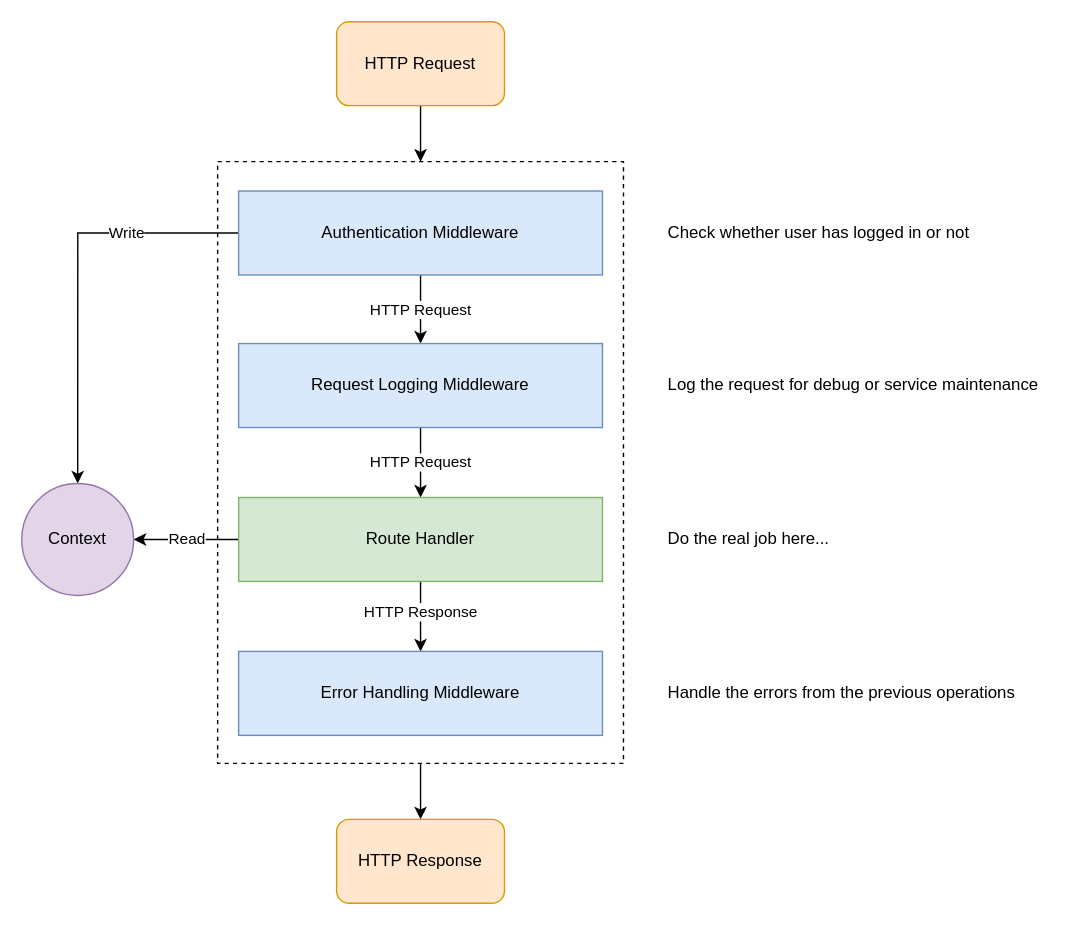
This is docs/develop/core-concepts/aspect/middleware.svg from artela-network/artela-docs, a draw.io export, as it was before one commit. Source tidied: cells renumbered, new cells last; positions are measured from the earlier drawing's top-left corner, leaving out a move shared by most shapes.
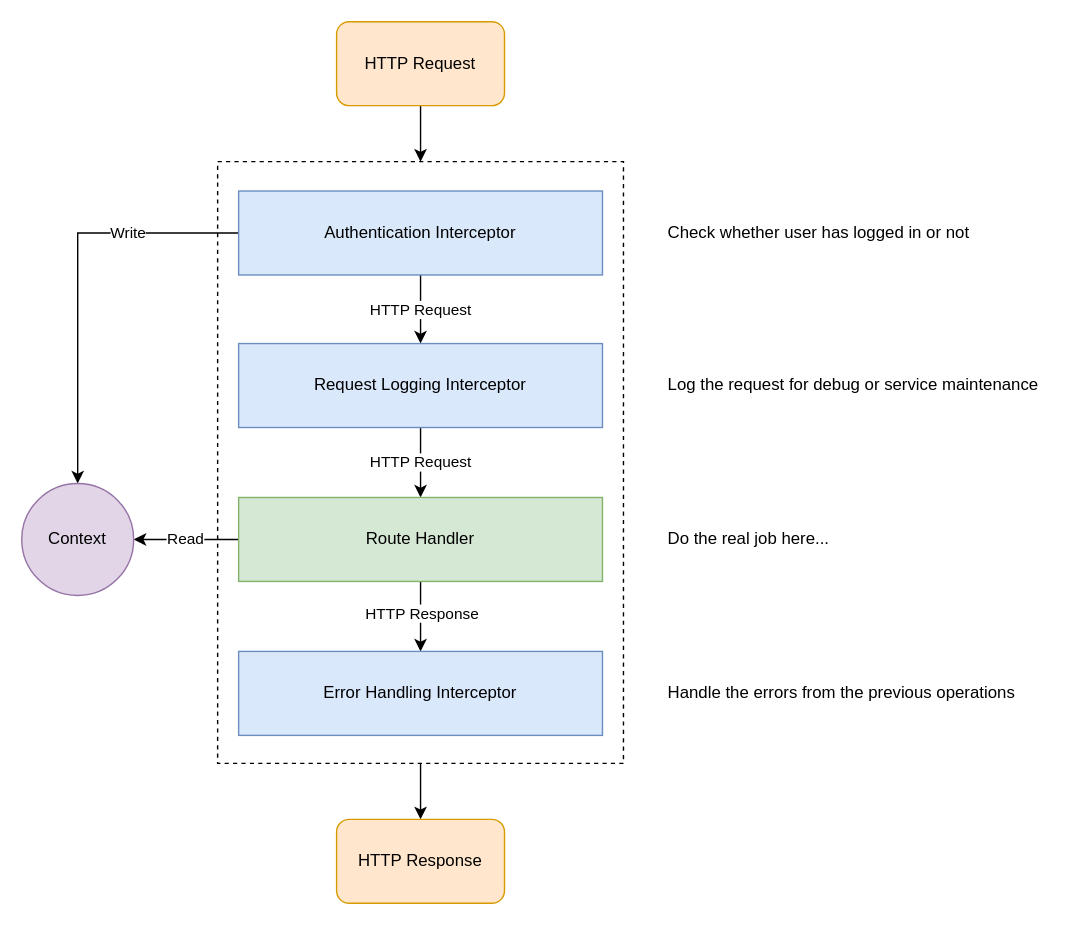
Above is the later version.

What changed in the source:
```diff
@@ -2,40 +2,40 @@
   <root>
     <mxCell id="0" />
     <mxCell id="1" parent="0" />
-    <mxCell id="2" style="edgeStyle=orthogonalEdgeStyle;rounded=0;jettySize=auto;html=1;" parent="1" edge="1" source="3" target="17">
-      <mxGeometry relative="1" as="geometry" />
-    </mxCell>
-    <mxCell id="3" style="rounded=0;whiteSpace=wrap;html=1;dashed=1;" parent="1" vertex="1">
-      <mxGeometry x="140" y="100" width="290" height="430" as="geometry" />
-    </mxCell>
-    <mxCell id="4" style="edgeStyle=orthogonalEdgeStyle;rounded=0;jettySize=auto;html=1;" parent="1" edge="1" source="5" target="3">
-      <mxGeometry relative="1" as="geometry" />
-    </mxCell>
+    <mxCell id="23" style="edgeStyle=orthogonalEdgeStyle;rounded=0;jettySize=auto;html=1;" parent="1" edge="1" source="24" target="17">
+      <mxGeometry relative="1" as="geometry" />
+    </mxCell>
+    <mxCell id="24" style="rounded=0;whiteSpace=wrap;html=1;dashed=1;" parent="1" vertex="1">
+      <mxGeometry x="140" y="100" width="290" height="430" as="geometry" />
+    </mxCell>
+    <mxCell id="25" style="edgeStyle=orthogonalEdgeStyle;rounded=0;jettySize=auto;html=1;" parent="1" edge="1" source="5" target="24">
+      <mxGeometry relative="1" as="geometry" />
+    </mxCell>
     <mxCell id="5" value="HTTP Request" style="rounded=1;whiteSpace=wrap;html=1;fillColor=#ffe6cc;strokeColor=#d79b00;" parent="1" vertex="1">
       <mxGeometry x="225" width="120" height="60" as="geometry" />
     </mxCell>
-    <mxCell id="6" value="HTTP Request" style="edgeStyle=orthogonalEdgeStyle;rounded=0;jettySize=auto;html=1;" parent="1" edge="1" source="9" target="11">
+    <mxCell id="6" value="HTTP Request" style="edgeStyle=orthogonalEdgeStyle;rounded=0;jettySize=auto;html=1;" parent="1" edge="1" source="27" target="28">
       <mxGeometry relative="1" as="geometry" />
     </mxCell>
-    <mxCell id="7" style="edgeStyle=orthogonalEdgeStyle;rounded=0;jettySize=auto;html=1;exitX=0;exitY=0.5;exitDx=0;exitDy=0;" parent="1" edge="1" source="9" target="22">
-      <mxGeometry relative="1" as="geometry" />
-    </mxCell>
+    <mxCell id="26" style="edgeStyle=orthogonalEdgeStyle;rounded=0;jettySize=auto;html=1;exitX=0;exitY=0.5;exitDx=0;exitDy=0;" parent="1" edge="1" source="27" target="22">
+      <mxGeometry relative="1" as="geometry" />
+    </mxCell>
-    <mxCell id="8" value="Write" style="edgeLabel;html=1;align=center;verticalAlign=middle;" parent="7" vertex="1">
+    <mxCell id="8" value="Write" style="edgeLabel;html=1;align=center;verticalAlign=middle;" parent="26" vertex="1">
       <mxGeometry x="-0.45" y="-1" relative="1" as="geometry" />
     </mxCell>
-    <mxCell id="9" value="Authentication Middleware" style="rounded=0;whiteSpace=wrap;html=1;fillColor=#dae8fc;strokeColor=#6c8ebf;" parent="1" vertex="1">
-      <mxGeometry x="155" y="121" width="260" height="60" as="geometry" />
-    </mxCell>
+    <mxCell id="27" value="Authentication Interceptor" style="rounded=0;whiteSpace=wrap;html=1;fillColor=#dae8fc;strokeColor=#6c8ebf;" parent="1" vertex="1">
+      <mxGeometry x="155" y="121" width="260" height="60" as="geometry" />
+    </mxCell>
-    <mxCell id="10" value="HTTP Request" style="edgeStyle=orthogonalEdgeStyle;rounded=0;jettySize=auto;html=1;exitX=0.5;exitY=1;exitDx=0;exitDy=0;" parent="1" edge="1" source="11" target="15">
+    <mxCell id="10" value="HTTP Request" style="edgeStyle=orthogonalEdgeStyle;rounded=0;jettySize=auto;html=1;exitX=0.5;exitY=1;exitDx=0;exitDy=0;" parent="1" edge="1" source="28" target="15">
       <mxGeometry relative="1" as="geometry" />
     </mxCell>
-    <mxCell id="11" value="Request Logging Middleware" style="rounded=0;whiteSpace=wrap;html=1;fillColor=#dae8fc;strokeColor=#6c8ebf;" parent="1" vertex="1">
-      <mxGeometry x="155" y="230" width="260" height="60" as="geometry" />
-    </mxCell>
-    <mxCell id="12" style="edgeStyle=orthogonalEdgeStyle;rounded=0;jettySize=auto;html=1;exitX=0.5;exitY=1;exitDx=0;exitDy=0;" parent="1" edge="1" source="15" target="16">
-      <mxGeometry relative="1" as="geometry" />
-    </mxCell>
+    <mxCell id="28" value="Request Logging Interceptor" style="rounded=0;whiteSpace=wrap;html=1;fillColor=#dae8fc;strokeColor=#6c8ebf;" parent="1" vertex="1">
+      <mxGeometry x="155" y="230" width="260" height="60" as="geometry" />
+    </mxCell>
+    <mxCell id="29" style="edgeStyle=orthogonalEdgeStyle;rounded=0;jettySize=auto;html=1;exitX=0.5;exitY=1;exitDx=0;exitDy=0;" parent="1" edge="1" source="15" target="30">
+      <mxGeometry relative="1" as="geometry" />
+    </mxCell>
-    <mxCell id="13" value="HTTP Response" style="edgeLabel;html=1;align=center;verticalAlign=middle;" parent="12" vertex="1">
+    <mxCell id="13" value="HTTP Response" style="edgeLabel;html=1;align=center;verticalAlign=middle;" parent="29" vertex="1">
       <mxGeometry x="-0.12" relative="1" as="geometry" />
     </mxCell>
     <mxCell id="14" value="Read" style="edgeStyle=orthogonalEdgeStyle;rounded=0;jettySize=auto;html=1;exitX=0;exitY=0.5;exitDx=0;exitDy=0;entryX=1;entryY=0.5;entryDx=0;entryDy=0;" parent="1" edge="1" source="15" target="22">
@@ -44,9 +44,9 @@
     <mxCell id="15" value="Route Handler" style="rounded=0;whiteSpace=wrap;html=1;fillColor=#d5e8d4;strokeColor=#82b366;" parent="1" vertex="1">
       <mxGeometry x="155" y="340" width="260" height="60" as="geometry" />
     </mxCell>
-    <mxCell id="16" value="Error Handling Middleware" style="rounded=0;whiteSpace=wrap;html=1;fillColor=#dae8fc;strokeColor=#6c8ebf;" parent="1" vertex="1">
-      <mxGeometry x="155" y="450" width="260" height="60" as="geometry" />
-    </mxCell>
+    <mxCell id="30" value="Error Handling Interceptor" style="rounded=0;whiteSpace=wrap;html=1;fillColor=#dae8fc;strokeColor=#6c8ebf;" parent="1" vertex="1">
+      <mxGeometry x="155" y="450" width="260" height="60" as="geometry" />
+    </mxCell>
     <mxCell id="17" value="HTTP Response" style="rounded=1;whiteSpace=wrap;html=1;fillColor=#ffe6cc;strokeColor=#d79b00;" parent="1" vertex="1">
       <mxGeometry x="225" y="570" width="120" height="60" as="geometry" />
     </mxCell>
```
